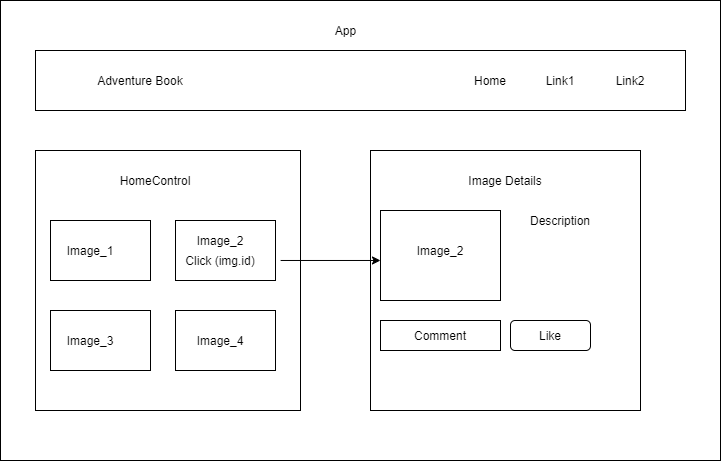
The draw.io diagram public/capstoneDiagram1.png in nitundatta8/adventure-book-react, before a commit. Source tidied: cells renumbered, new cells last; positions are measured from the earlier drawing's top-left corner, leaving out a move shared by most shapes.
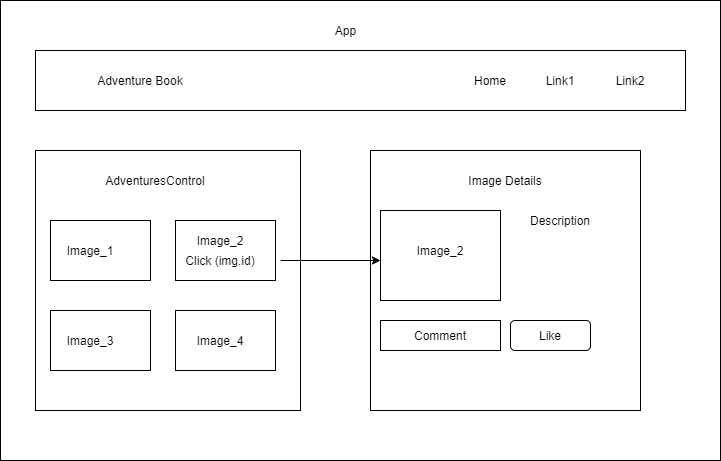
The same file after the commit.

Diff of the diagram source:
```diff
@@ -65,7 +65,7 @@
     <mxCell id="22" value="Image_4" style="text;html=1;strokeColor=none;fillColor=none;align=center;verticalAlign=middle;whiteSpace=wrap;rounded=0;" parent="1" vertex="1">
       <mxGeometry x="200" y="330" width="40" height="20" as="geometry" />
     </mxCell>
-    <mxCell id="23" value="HomeControl" style="text;html=1;strokeColor=none;fillColor=none;align=center;verticalAlign=middle;whiteSpace=wrap;rounded=0;" parent="1" vertex="1">
+    <mxCell id="23" value="AdventuresControl" style="text;html=1;strokeColor=none;fillColor=none;align=center;verticalAlign=middle;whiteSpace=wrap;rounded=0;" parent="1" vertex="1">
       <mxGeometry x="80" y="170" width="150" height="20" as="geometry" />
     </mxCell>
     <mxCell id="24" value="Click (img.id)" style="text;html=1;strokeColor=none;fillColor=none;align=center;verticalAlign=middle;whiteSpace=wrap;rounded=0;" parent="1" vertex="1">
```
